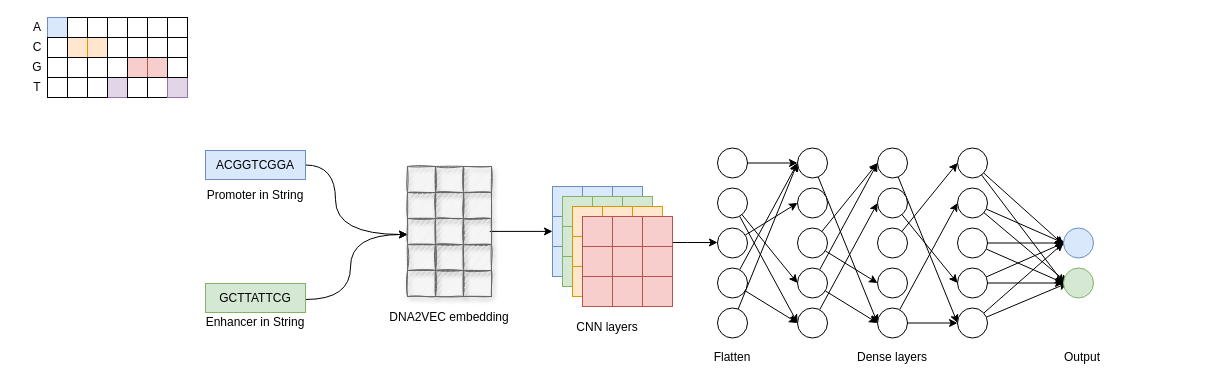
The draw.io diagram embedding_cnn_one_branch.drawio in NaiveTom/draw.io, before the edit. Source tidied: cells renumbered, new cells numbered last; positions are measured from the earlier drawing's top-left corner, leaving out a move shared by most shapes. Both pictures are drawn from the tidied source at 100%, with x=0, y=0 at pixel (17, 17).
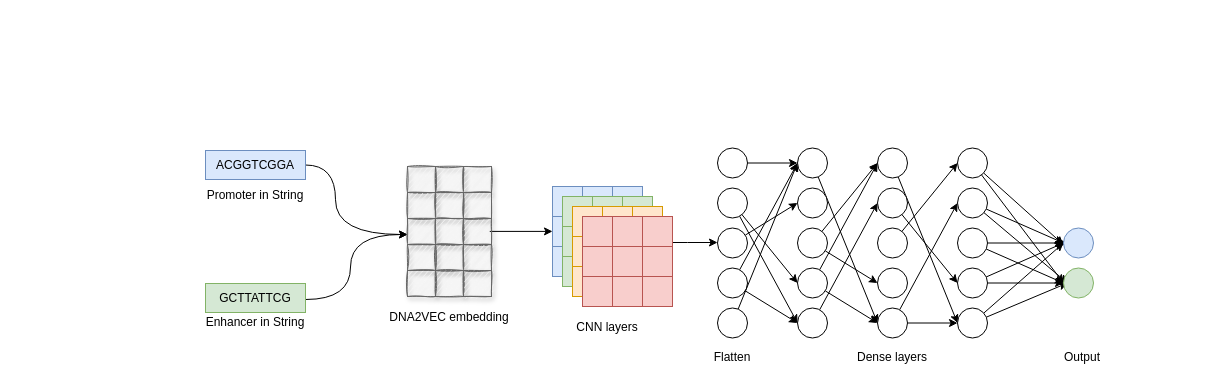
The same diagram, later.

Change to the diagram source:
```diff
@@
-    <mxCell id="4" value="G" style="text;html=1;strokeColor=none;fillColor=none;align=center;verticalAlign=middle;whiteSpace=wrap;rounded=0;" parent="1" vertex="1">
-      <mxGeometry y="40" width="40" height="20" as="geometry" />
-    </mxCell>
@@
-    <mxCell id="6" value="T" style="text;html=1;strokeColor=none;fillColor=none;align=center;verticalAlign=middle;whiteSpace=wrap;rounded=0;" parent="1" vertex="1">
-      <mxGeometry y="60" width="40" height="20" as="geometry" />
-    </mxCell>
@@
-    <mxCell id="13" value="&lt;div&gt;A&lt;/div&gt;" style="text;html=1;strokeColor=none;fillColor=none;align=center;verticalAlign=middle;whiteSpace=wrap;rounded=0;" parent="1" vertex="1">
-      <mxGeometry width="40" height="20" as="geometry" />
-    </mxCell>
-    <mxCell id="14" value="C" style="text;html=1;strokeColor=none;fillColor=none;align=center;verticalAlign=middle;whiteSpace=wrap;rounded=0;" parent="1" vertex="1">
-      <mxGeometry y="20" width="40" height="20" as="geometry" />
-    </mxCell>
@@
-    <mxCell id="65" style="whiteSpace=wrap;html=1;fillColor=#dae8fc;strokeColor=#6c8ebf;" parent="1" vertex="1">
-      <mxGeometry x="30" width="20" height="20" as="geometry" />
-    </mxCell>
-    <mxCell id="66" style="whiteSpace=wrap;html=1;" parent="1" vertex="1">
-      <mxGeometry x="50" y="20" width="20" height="20" as="geometry" />
-    </mxCell>
-    <mxCell id="67" style="whiteSpace=wrap;html=1;fillColor=#ffe6cc;strokeColor=#d79b00;" parent="1" vertex="1">
-      <mxGeometry x="50" y="20" width="20" height="20" as="geometry" />
-    </mxCell>
-    <mxCell id="68" style="whiteSpace=wrap;html=1;fillColor=#ffe6cc;strokeColor=#d79b00;" parent="1" vertex="1">
-      <mxGeometry x="70" y="20" width="20" height="20" as="geometry" />
-    </mxCell>
-    <mxCell id="69" style="whiteSpace=wrap;html=1;fillColor=#e1d5e7;strokeColor=#9673a6;" parent="1" vertex="1">
-      <mxGeometry x="90" y="60" width="20" height="20" as="geometry" />
-    </mxCell>
-    <mxCell id="70" style="whiteSpace=wrap;html=1;fillColor=#f8cecc;strokeColor=#b85450;" parent="1" vertex="1">
-      <mxGeometry x="110" y="40" width="20" height="20" as="geometry" />
-    </mxCell>
-    <mxCell id="71" style="whiteSpace=wrap;html=1;fillColor=#f8cecc;strokeColor=#b85450;" parent="1" vertex="1">
-      <mxGeometry x="130" y="40" width="20" height="20" as="geometry" />
-    </mxCell>
-    <mxCell id="72" style="rounded=0;whiteSpace=wrap;html=1;" parent="1" vertex="1">
-      <mxGeometry x="30" y="20" width="20" height="20" as="geometry" />
-    </mxCell>
-    <mxCell id="73" style="rounded=0;whiteSpace=wrap;html=1;" parent="1" vertex="1">
-      <mxGeometry x="30" y="40" width="20" height="20" as="geometry" />
-    </mxCell>
-    <mxCell id="74" style="rounded=0;whiteSpace=wrap;html=1;" parent="1" vertex="1">
-      <mxGeometry x="50" y="40" width="20" height="20" as="geometry" />
-    </mxCell>
-    <mxCell id="75" style="rounded=0;whiteSpace=wrap;html=1;" parent="1" vertex="1">
-      <mxGeometry x="70" y="40" width="20" height="20" as="geometry" />
-    </mxCell>
-    <mxCell id="76" style="rounded=0;whiteSpace=wrap;html=1;" parent="1" vertex="1">
-      <mxGeometry x="90" y="40" width="20" height="20" as="geometry" />
-    </mxCell>
-    <mxCell id="77" style="rounded=0;whiteSpace=wrap;html=1;" parent="1" vertex="1">
-      <mxGeometry x="70" y="60" width="20" height="20" as="geometry" />
-    </mxCell>
-    <mxCell id="78" style="rounded=0;whiteSpace=wrap;html=1;" parent="1" vertex="1">
-      <mxGeometry x="30" y="60" width="20" height="20" as="geometry" />
-    </mxCell>
-    <mxCell id="79" style="rounded=0;whiteSpace=wrap;html=1;" parent="1" vertex="1">
-      <mxGeometry x="50" y="60" width="20" height="20" as="geometry" />
-    </mxCell>
-    <mxCell id="80" style="rounded=0;whiteSpace=wrap;html=1;" parent="1" vertex="1">
-      <mxGeometry x="110" y="60" width="20" height="20" as="geometry" />
-    </mxCell>
-    <mxCell id="81" style="rounded=0;whiteSpace=wrap;html=1;" parent="1" vertex="1">
-      <mxGeometry x="130" y="60" width="20" height="20" as="geometry" />
-    </mxCell>
-    <mxCell id="82" style="rounded=0;whiteSpace=wrap;html=1;" parent="1" vertex="1">
-      <mxGeometry x="50" width="20" height="20" as="geometry" />
-    </mxCell>
-    <mxCell id="83" style="rounded=0;whiteSpace=wrap;html=1;" parent="1" vertex="1">
-      <mxGeometry x="70" width="20" height="20" as="geometry" />
-    </mxCell>
-    <mxCell id="84" style="rounded=0;whiteSpace=wrap;html=1;" parent="1" vertex="1">
-      <mxGeometry x="90" width="20" height="20" as="geometry" />
-    </mxCell>
-    <mxCell id="85" style="rounded=0;whiteSpace=wrap;html=1;" parent="1" vertex="1">
-      <mxGeometry x="110" width="20" height="20" as="geometry" />
-    </mxCell>
-    <mxCell id="86" style="rounded=0;whiteSpace=wrap;html=1;" parent="1" vertex="1">
-      <mxGeometry x="90" y="20" width="20" height="20" as="geometry" />
-    </mxCell>
-    <mxCell id="87" style="rounded=0;whiteSpace=wrap;html=1;" parent="1" vertex="1">
-      <mxGeometry x="110" y="20" width="20" height="20" as="geometry" />
-    </mxCell>
-    <mxCell id="88" style="rounded=0;whiteSpace=wrap;html=1;" parent="1" vertex="1">
-      <mxGeometry x="130" y="20" width="20" height="20" as="geometry" />
-    </mxCell>
-    <mxCell id="89" style="rounded=0;whiteSpace=wrap;html=1;" parent="1" vertex="1">
-      <mxGeometry x="130" width="20" height="20" as="geometry" />
-    </mxCell>
-    <mxCell id="90" style="whiteSpace=wrap;html=1;fillColor=#e1d5e7;strokeColor=#9673a6;" parent="1" vertex="1">
-      <mxGeometry x="150" y="60" width="20" height="20" as="geometry" />
-    </mxCell>
-    <mxCell id="91" style="rounded=0;whiteSpace=wrap;html=1;" parent="1" vertex="1">
-      <mxGeometry x="150" y="40" width="20" height="20" as="geometry" />
-    </mxCell>
-    <mxCell id="92" style="rounded=0;whiteSpace=wrap;html=1;" parent="1" vertex="1">
-      <mxGeometry x="150" width="20" height="20" as="geometry" />
-    </mxCell>
-    <mxCell id="93" style="rounded=0;whiteSpace=wrap;html=1;" parent="1" vertex="1">
-      <mxGeometry x="150" y="20" width="20" height="20" as="geometry" />
-    </mxCell>
```
